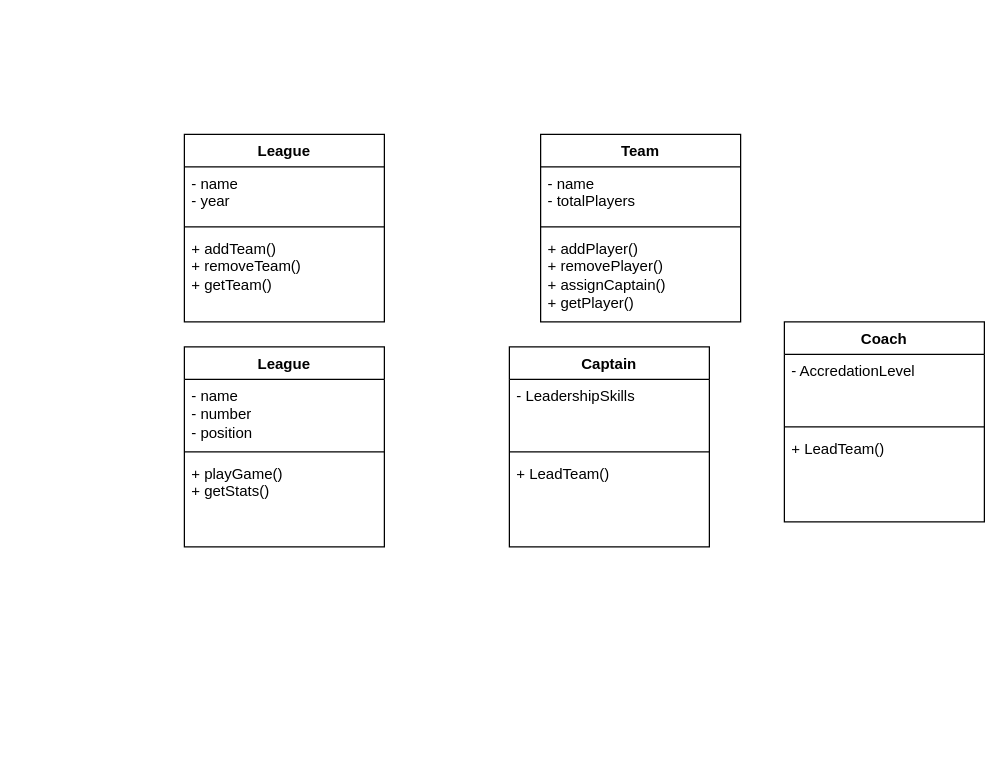
The draw.io diagram tuto3q5re.drawio in justn0thinghere/drawio, before the edit. Source tidied: cells renumbered, new cells numbered last; positions are measured from the earlier drawing's top-left corner, leaving out a move shared by most shapes. Both pictures are drawn from the tidied source at 125%, with x=0, y=0 at pixel (184, 134).
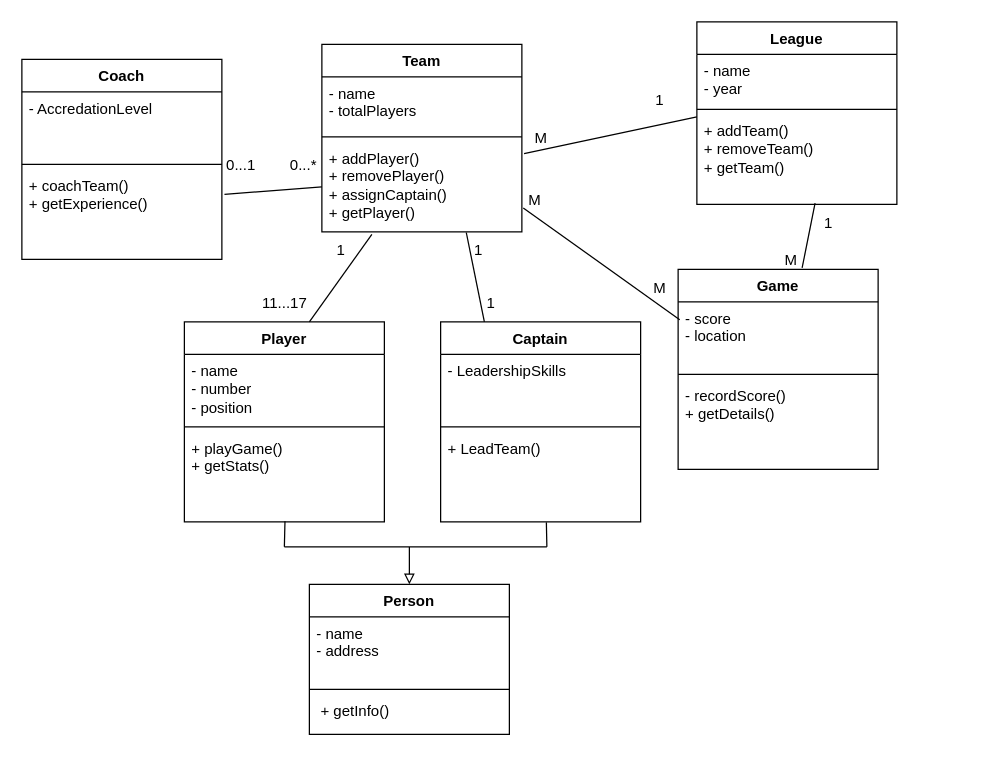
After the change.

Unchanged cells that the change refers to:
```xml
<mxCell id="9" value="+ addPlayer()&lt;div&gt;+ removePlayer()&lt;/div&gt;&lt;div&gt;+ assignCaptain()&lt;/div&gt;&lt;div&gt;+ getPlayer()&lt;/div&gt;" style="text;strokeColor=none;fillColor=none;align=left;verticalAlign=top;spacingLeft=4;spacingRight=4;overflow=hidden;points=[[0,0.5],[1,0.5]];portConstraint=eastwest;whiteSpace=wrap;html=1;" parent="6" vertex="1">
  <mxGeometry y="78" width="160" height="72" as="geometry" />
</mxCell>
<mxCell id="13" value="+ playGame()&lt;div&gt;+ getStats()&lt;/div&gt;&lt;div&gt;&lt;br&gt;&lt;/div&gt;" style="text;strokeColor=none;fillColor=none;align=left;verticalAlign=top;spacingLeft=4;spacingRight=4;overflow=hidden;points=[[0,0.5],[1,0.5]];portConstraint=eastwest;whiteSpace=wrap;html=1;" parent="10" vertex="1">
  <mxGeometry y="88" width="160" height="72" as="geometry" />
</mxCell>
```

The edit, as a diff of the source:
```diff
@@
     <mxCell id="2" value="League" style="swimlane;fontStyle=1;align=center;verticalAlign=top;horizontal=1;startSize=26;whiteSpace=wrap;html=1;" parent="1" vertex="1">
-      <mxGeometry width="160" height="150" as="geometry" />
+      <mxGeometry x="410" y="-90" width="160" height="146" as="geometry" />
     </mxCell>
     <mxCell id="3" value="- name&lt;div&gt;- year&lt;/div&gt;" style="text;strokeColor=none;fillColor=none;align=left;verticalAlign=top;spacingLeft=4;spacingRight=4;overflow=hidden;whiteSpace=wrap;html=1;" parent="2" vertex="1">
-      <mxGeometry y="26" width="160" height="44" as="geometry" />
+      <mxGeometry y="26" width="160" height="40" as="geometry" />
     </mxCell>
     <mxCell id="4" style="line;strokeWidth=1;fillColor=none;align=left;verticalAlign=middle;spacingTop=-1;spacingLeft=3;spacingRight=3;labelPosition=right;strokeColor=inherit;" parent="2" vertex="1">
-      <mxGeometry y="70" width="160" height="8" as="geometry" />
+      <mxGeometry y="66" width="160" height="8" as="geometry" />
     </mxCell>
     <mxCell id="5" value="+ addTeam()&lt;div&gt;+ removeTeam()&lt;/div&gt;&lt;div&gt;+ getTeam()&lt;/div&gt;" style="text;strokeColor=none;fillColor=none;align=left;verticalAlign=top;spacingLeft=4;spacingRight=4;overflow=hidden;points=[[0,0.5],[1,0.5]];portConstraint=eastwest;whiteSpace=wrap;html=1;" parent="2" vertex="1">
-      <mxGeometry y="78" width="160" height="72" as="geometry" />
+      <mxGeometry y="74" width="160" height="72" as="geometry" />
     </mxCell>
     <mxCell id="6" value="Team" style="swimlane;fontStyle=1;align=center;verticalAlign=top;horizontal=1;startSize=26;whiteSpace=wrap;html=1;" parent="1" vertex="1">
-      <mxGeometry x="285" width="160" height="150" as="geometry" />
+      <mxGeometry x="110" y="-72" width="160" height="150" as="geometry" />
     </mxCell>
@@
-    <mxCell id="10" value="League" style="swimlane;fontStyle=1;align=center;verticalAlign=top;horizontal=1;startSize=26;whiteSpace=wrap;html=1;" parent="1" vertex="1">
-      <mxGeometry y="170" width="160" height="160" as="geometry" />
+    <mxCell id="10" value="Player" style="swimlane;fontStyle=1;align=center;verticalAlign=top;horizontal=1;startSize=26;whiteSpace=wrap;html=1;" parent="1" vertex="1">
+      <mxGeometry y="150" width="160" height="160" as="geometry" />
     </mxCell>
@@
+    <mxCell id="22" style="endArrow=block;html=1;rounded=0;entryX=0.5;entryY=0;entryDx=0;entryDy=0;endFill=0;" parent="10" edge="1" target="23">
+      <mxGeometry relative="1" as="geometry">
+        <mxPoint x="180" y="180" as="sourcePoint" />
+      </mxGeometry>
+    </mxCell>
     <mxCell id="14" value="Captain" style="swimlane;fontStyle=1;align=center;verticalAlign=top;horizontal=1;startSize=26;whiteSpace=wrap;html=1;" parent="1" vertex="1">
-      <mxGeometry x="260" y="170" width="160" height="160" as="geometry" />
+      <mxGeometry x="205" y="150" width="160" height="160" as="geometry" />
     </mxCell>
@@
     <mxCell id="18" value="Coach" style="swimlane;fontStyle=1;align=center;verticalAlign=top;horizontal=1;startSize=26;whiteSpace=wrap;html=1;" parent="1" vertex="1">
-      <mxGeometry x="480" y="150" width="160" height="160" as="geometry" />
+      <mxGeometry x="-130" y="-60" width="160" height="160" as="geometry" />
     </mxCell>
@@
-    <mxCell id="21" value="&lt;div&gt;+ LeadTeam()&lt;/div&gt;" style="text;strokeColor=none;fillColor=none;align=left;verticalAlign=top;spacingLeft=4;spacingRight=4;overflow=hidden;points=[[0,0.5],[1,0.5]];portConstraint=eastwest;whiteSpace=wrap;html=1;" parent="18" vertex="1">
+    <mxCell id="21" value="&lt;div&gt;+ coachTeam()&lt;/div&gt;&lt;div&gt;+ getExperience()&lt;/div&gt;" style="text;strokeColor=none;fillColor=none;align=left;verticalAlign=top;spacingLeft=4;spacingRight=4;overflow=hidden;points=[[0,0.5],[1,0.5]];portConstraint=eastwest;whiteSpace=wrap;html=1;" parent="18" vertex="1">
       <mxGeometry y="88" width="160" height="72" as="geometry" />
     </mxCell>
+    <mxCell id="23" value="Person" style="swimlane;fontStyle=1;align=center;verticalAlign=top;horizontal=1;startSize=26;whiteSpace=wrap;html=1;" parent="1" vertex="1">
+      <mxGeometry x="100" y="360" width="160" height="120" as="geometry" />
+    </mxCell>
+    <mxCell id="24" value="- name&lt;div&gt;- address&lt;/div&gt;" style="text;strokeColor=none;fillColor=none;align=left;verticalAlign=top;spacingLeft=4;spacingRight=4;overflow=hidden;whiteSpace=wrap;html=1;" parent="23" vertex="1">
+      <mxGeometry y="26" width="160" height="54" as="geometry" />
+    </mxCell>
+    <mxCell id="25" style="line;strokeWidth=1;fillColor=none;align=left;verticalAlign=middle;spacingTop=-1;spacingLeft=3;spacingRight=3;labelPosition=right;strokeColor=inherit;" parent="23" vertex="1">
+      <mxGeometry y="80" width="160" height="8" as="geometry" />
+    </mxCell>
+    <mxCell id="26" value="&lt;div&gt;&amp;nbsp;+ getInfo()&lt;/div&gt;" style="text;strokeColor=none;fillColor=none;align=left;verticalAlign=top;spacingLeft=4;spacingRight=4;overflow=hidden;whiteSpace=wrap;html=1;" parent="23" vertex="1">
+      <mxGeometry y="88" width="160" height="32" as="geometry" />
+    </mxCell>
+    <mxCell id="27" value="Game" style="swimlane;fontStyle=1;align=center;verticalAlign=top;horizontal=1;startSize=26;whiteSpace=wrap;html=1;" parent="1" vertex="1">
+      <mxGeometry x="395" y="108" width="160" height="160" as="geometry" />
+    </mxCell>
+    <mxCell id="28" value="&lt;div&gt;- score&lt;/div&gt;&lt;div&gt;- location&lt;/div&gt;" style="text;strokeColor=none;fillColor=none;align=left;verticalAlign=top;spacingLeft=4;spacingRight=4;overflow=hidden;points=[[0,0.5],[1,0.5]];portConstraint=eastwest;whiteSpace=wrap;html=1;" parent="27" vertex="1">
+      <mxGeometry y="26" width="160" height="54" as="geometry" />
+    </mxCell>
+    <mxCell id="29" style="line;strokeWidth=1;fillColor=none;align=left;verticalAlign=middle;spacingTop=-1;spacingLeft=3;spacingRight=3;labelPosition=right;strokeColor=inherit;" parent="27" vertex="1">
+      <mxGeometry y="80" width="160" height="8" as="geometry" />
+    </mxCell>
+    <mxCell id="30" value="&lt;div&gt;- recordScore()&lt;/div&gt;&lt;div&gt;+ getDetails()&lt;/div&gt;" style="text;strokeColor=none;fillColor=none;align=left;verticalAlign=top;spacingLeft=4;spacingRight=4;overflow=hidden;whiteSpace=wrap;html=1;" parent="27" vertex="1">
+      <mxGeometry y="88" width="160" height="72" as="geometry" />
+    </mxCell>
+    <mxCell id="31" style="endArrow=none;html=1;rounded=0;" parent="1" edge="1">
+      <mxGeometry relative="1" as="geometry">
+        <mxPoint x="80" y="330" as="sourcePoint" />
+        <mxPoint x="290" y="330" as="targetPoint" />
+      </mxGeometry>
+    </mxCell>
+    <mxCell id="32" style="endArrow=none;html=1;rounded=0;entryX=0.503;entryY=0.994;entryDx=0;entryDy=0;entryPerimeter=0;" parent="1" edge="1" target="13">
+      <mxGeometry relative="1" as="geometry">
+        <mxPoint x="80" y="330" as="sourcePoint" />
+      </mxGeometry>
+    </mxCell>
+    <mxCell id="33" style="endArrow=none;html=1;rounded=0;entryX=0.566;entryY=1.006;entryDx=0;entryDy=0;entryPerimeter=0;" parent="1" edge="1">
+      <mxGeometry relative="1" as="geometry">
+        <mxPoint x="290" y="330" as="sourcePoint" />
+        <mxPoint x="289.6" y="310.4" as="targetPoint" />
+      </mxGeometry>
+    </mxCell>
+    <mxCell id="34" style="endArrow=none;html=1;rounded=0;exitX=0.625;exitY=0;exitDx=0;exitDy=0;exitPerimeter=0;" parent="1" edge="1" source="10">
+      <mxGeometry relative="1" as="geometry">
+        <mxPoint x="150" y="80" as="targetPoint" />
+      </mxGeometry>
+    </mxCell>
+    <mxCell id="35" value="1" style="text;html=1;align=center;verticalAlign=middle;strokeColor=none;fillColor=none;" parent="1" vertex="1">
+      <mxGeometry x="110" y="78" width="30" height="30" as="geometry" />
+    </mxCell>
+    <mxCell id="36" value="11...17" style="text;html=1;align=center;verticalAlign=middle;strokeColor=none;fillColor=none;" parent="1" vertex="1">
+      <mxGeometry x="50" y="120" width="60" height="30" as="geometry" />
+    </mxCell>
+    <mxCell id="37" style="endArrow=none;html=1;rounded=0;entryX=0.722;entryY=1.007;entryDx=0;entryDy=0;entryPerimeter=0;" parent="1" edge="1" target="9">
+      <mxGeometry relative="1" as="geometry">
+        <mxPoint x="240" y="150" as="sourcePoint" />
+      </mxGeometry>
+    </mxCell>
+    <mxCell id="38" value="1" style="text;html=1;align=center;verticalAlign=middle;strokeColor=none;fillColor=none;" parent="1" vertex="1">
+      <mxGeometry x="220" y="78" width="30" height="30" as="geometry" />
+    </mxCell>
+    <mxCell id="39" value="1" style="text;html=1;align=center;verticalAlign=middle;strokeColor=none;fillColor=none;" parent="1" vertex="1">
+      <mxGeometry x="230" y="120" width="30" height="30" as="geometry" />
+    </mxCell>
+    <mxCell id="40" style="endArrow=none;html=1;rounded=0;exitX=1.011;exitY=0.131;exitDx=0;exitDy=0;exitPerimeter=0;entryX=0;entryY=0.028;entryDx=0;entryDy=0;entryPerimeter=0;" parent="1" edge="1" source="9" target="5">
+      <mxGeometry relative="1" as="geometry" />
+    </mxCell>
+    <mxCell id="41" value="M" style="text;html=1;align=center;verticalAlign=middle;strokeColor=none;fillColor=none;" parent="1" vertex="1">
+      <mxGeometry x="270" y="-12" width="30" height="30" as="geometry" />
+    </mxCell>
+    <mxCell id="42" value="1" style="text;html=1;align=center;verticalAlign=middle;strokeColor=none;fillColor=none;" parent="1" vertex="1">
+      <mxGeometry x="365" y="-42" width="30" height="30" as="geometry" />
+    </mxCell>
+    <mxCell id="43" style="endArrow=none;html=1;rounded=0;exitX=1.013;exitY=0.277;exitDx=0;exitDy=0;exitPerimeter=0;entryX=0;entryY=0.5;entryDx=0;entryDy=0;" parent="1" edge="1" source="21" target="9">
+      <mxGeometry relative="1" as="geometry" />
+    </mxCell>
+    <mxCell id="44" value="0...1" style="text;html=1;align=center;verticalAlign=middle;strokeColor=none;fillColor=none;" parent="1" vertex="1">
+      <mxGeometry x="20" y="10" width="50" height="30" as="geometry" />
+    </mxCell>
+    <mxCell id="45" value="0...*" style="text;html=1;align=center;verticalAlign=middle;strokeColor=none;fillColor=none;" parent="1" vertex="1">
+      <mxGeometry x="75" y="10" width="40" height="30" as="geometry" />
+    </mxCell>
+    <mxCell id="46" style="endArrow=none;html=1;rounded=0;entryX=0.591;entryY=0.987;entryDx=0;entryDy=0;entryPerimeter=0;exitX=0.62;exitY=-0.007;exitDx=0;exitDy=0;exitPerimeter=0;" parent="1" edge="1" source="27" target="5">
+      <mxGeometry relative="1" as="geometry" />
+    </mxCell>
+    <mxCell id="47" value="1" style="text;html=1;align=center;verticalAlign=middle;strokeColor=none;fillColor=none;" parent="1" vertex="1">
+      <mxGeometry x="500" y="56" width="30" height="30" as="geometry" />
+    </mxCell>
+    <mxCell id="48" value="M" style="text;html=1;align=center;verticalAlign=middle;strokeColor=none;fillColor=none;" parent="1" vertex="1">
+      <mxGeometry x="470" y="86" width="30" height="30" as="geometry" />
+    </mxCell>
+    <mxCell id="49" style="endArrow=none;html=1;rounded=0;exitX=1.007;exitY=0.734;exitDx=0;exitDy=0;exitPerimeter=0;entryX=0.008;entryY=0.264;entryDx=0;entryDy=0;entryPerimeter=0;" parent="1" edge="1" source="9" target="28">
+      <mxGeometry relative="1" as="geometry" />
+    </mxCell>
+    <mxCell id="50" value="M" style="text;html=1;align=center;verticalAlign=middle;strokeColor=none;fillColor=none;" parent="1" vertex="1">
+      <mxGeometry x="265" y="38" width="30" height="30" as="geometry" />
+    </mxCell>
+    <mxCell id="51" value="M" style="text;html=1;align=center;verticalAlign=middle;strokeColor=none;fillColor=none;" parent="1" vertex="1">
+      <mxGeometry x="365" y="108" width="30" height="30" as="geometry" />
+    </mxCell>
```
